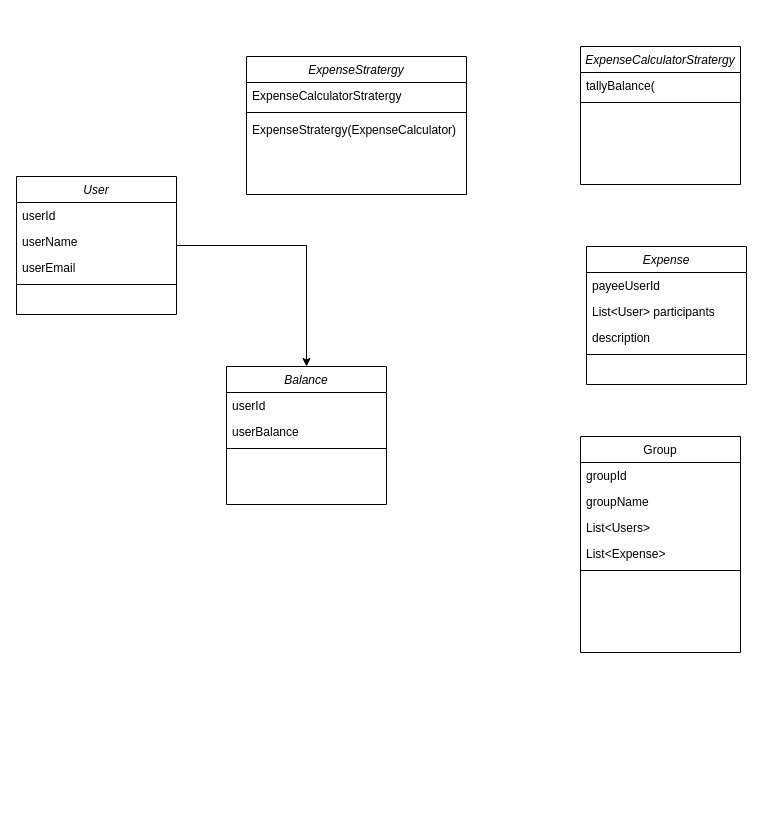
This is Untitled Diagram.drawio from thedevashu/splitwise, a draw.io file, before an edit. Source tidied: cells renumbered, new cells numbered last; positions are measured from the earlier drawing's top-left corner, leaving out a move shared by most shapes. Both pictures are drawn from the tidied source at 100%, with x=0, y=0 at pixel (16, 46).
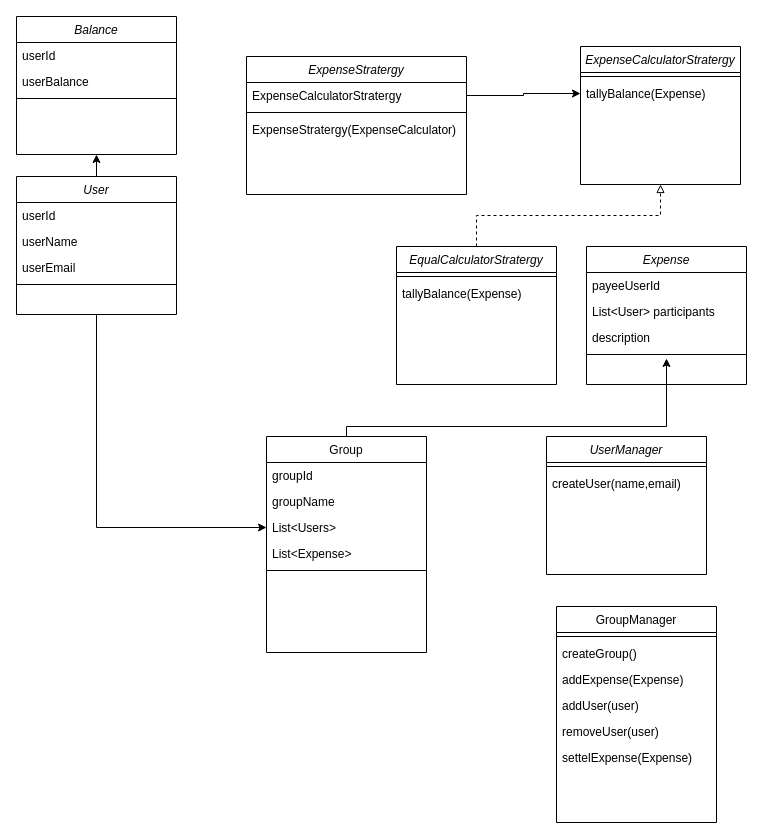
Above is the later version.

Unchanged cells that the change refers to:
```xml
<mxCell id="3" value="User" style="swimlane;fontStyle=2;align=center;verticalAlign=top;horizontal=1;startSize=26;rounded=0;shadow=0;strokeWidth=1;" parent="1" vertex="1">
  <mxGeometry y="130" width="160" height="138" as="geometry" />
</mxCell>
<mxCell id="11" value="List&lt;Users&gt;" style="text;align=left;verticalAlign=top;spacingLeft=4;spacingRight=4;overflow=hidden;points=[[0,0.5],[1,0.5]];portConstraint=eastwest;rounded=0;shadow=0;html=0;" parent="8" vertex="1">
  <mxGeometry y="78" width="160" height="26" as="geometry" />
</mxCell>
<mxCell id="22" style="line;html=1;strokeWidth=1;align=left;verticalAlign=middle;spacingTop=-1;spacingLeft=3;spacingRight=3;labelPosition=right;points=[];portConstraint=eastwest;" parent="18" vertex="1">
  <mxGeometry y="104" width="160" height="8" as="geometry" />
</mxCell>
<mxCell id="24" value="ExpenseCalculatorStratergy" style="text;align=left;verticalAlign=top;spacingLeft=4;spacingRight=4;overflow=hidden;points=[[0,0.5],[1,0.5]];portConstraint=eastwest;" parent="23" vertex="1">
  <mxGeometry y="26" width="220" height="26" as="geometry" />
</mxCell>
<mxCell id="27" value="ExpenseCalculatorStratergy" style="swimlane;fontStyle=2;align=center;verticalAlign=top;horizontal=1;startSize=26;rounded=0;shadow=0;strokeWidth=1;" parent="1" vertex="1">
  <mxGeometry x="564" width="160" height="138" as="geometry" />
</mxCell>
```

What changed in the source:
```diff
@@
-    <mxCell id="2" style="edgeStyle=orthogonalEdgeStyle;rounded=0;jettySize=auto;html=1;entryX=0.5;entryY=0;entryDx=0;entryDy=0;" parent="1" edge="1" source="3" target="14">
+    <mxCell id="2" style="edgeStyle=orthogonalEdgeStyle;rounded=0;jettySize=auto;html=1;entryX=0.5;entryY=1;entryDx=0;entryDy=0;" parent="1" edge="1" source="3" target="14">
       <mxGeometry relative="1" as="geometry" />
     </mxCell>
+    <mxCell id="30" style="edgeStyle=orthogonalEdgeStyle;rounded=0;jettySize=auto;html=1;exitX=0.5;exitY=1;exitDx=0;exitDy=0;entryX=0;entryY=0.5;entryDx=0;entryDy=0;" parent="1" edge="1" source="3" target="11">
+      <mxGeometry relative="1" as="geometry" />
+    </mxCell>
@@
+    <mxCell id="31" style="edgeStyle=orthogonalEdgeStyle;rounded=0;jettySize=auto;html=1;" parent="1" edge="1" source="8" target="22">
+      <mxGeometry relative="1" as="geometry">
+        <Array as="points">
+          <mxPoint x="330" y="380" />
+          <mxPoint x="650" y="380" />
+        </Array>
+      </mxGeometry>
+    </mxCell>
     <mxCell id="8" value="Group" style="swimlane;fontStyle=0;align=center;verticalAlign=top;horizontal=1;startSize=26;rounded=0;shadow=0;strokeWidth=1;" parent="1" vertex="1">
-      <mxGeometry x="564" y="390" width="160" height="216" as="geometry" />
+      <mxGeometry x="250" y="390" width="160" height="216" as="geometry" />
     </mxCell>
@@
     <mxCell id="14" value="Balance" style="swimlane;fontStyle=2;align=center;verticalAlign=top;horizontal=1;startSize=26;rounded=0;shadow=0;strokeWidth=1;" parent="1" vertex="1">
-      <mxGeometry x="210" y="320" width="160" height="138" as="geometry" />
+      <mxGeometry y="-30" width="160" height="138" as="geometry" />
     </mxCell>
@@
+    <mxCell id="29" style="line;html=1;strokeWidth=1;align=left;verticalAlign=middle;spacingTop=-1;spacingLeft=3;spacingRight=3;labelPosition=right;" parent="27" vertex="1">
+      <mxGeometry y="26" width="160" height="8" as="geometry" />
+    </mxCell>
-    <mxCell id="28" value="tallyBalance(" style="text;align=left;verticalAlign=top;spacingLeft=4;spacingRight=4;overflow=hidden;points=[[0,0.5],[1,0.5]];portConstraint=eastwest;" parent="27" vertex="1">
-      <mxGeometry y="26" width="160" height="26" as="geometry" />
+    <mxCell id="28" value="tallyBalance(Expense)" style="text;align=left;verticalAlign=top;spacingLeft=4;spacingRight=4;overflow=hidden;points=[[0,0.5],[1,0.5]];portConstraint=eastwest;" parent="27" vertex="1">
+      <mxGeometry y="34" width="160" height="26" as="geometry" />
     </mxCell>
-    <mxCell id="29" style="line;html=1;strokeWidth=1;align=left;verticalAlign=middle;spacingTop=-1;spacingLeft=3;spacingRight=3;labelPosition=right;" parent="27" vertex="1">
-      <mxGeometry y="52" width="160" height="8" as="geometry" />
-    </mxCell>
+    <mxCell id="32" value="EqualCalculatorStratergy" style="swimlane;fontStyle=2;align=center;verticalAlign=top;horizontal=1;startSize=26;rounded=0;shadow=0;strokeWidth=1;" parent="1" vertex="1">
+      <mxGeometry x="380" y="200" width="160" height="138" as="geometry" />
+    </mxCell>
+    <mxCell id="33" style="line;html=1;strokeWidth=1;align=left;verticalAlign=middle;spacingTop=-1;spacingLeft=3;spacingRight=3;labelPosition=right;" parent="32" vertex="1">
+      <mxGeometry y="26" width="160" height="8" as="geometry" />
+    </mxCell>
+    <mxCell id="34" value="tallyBalance(Expense)" style="text;align=left;verticalAlign=top;spacingLeft=4;spacingRight=4;overflow=hidden;" parent="32" vertex="1">
+      <mxGeometry y="34" width="160" height="26" as="geometry" />
+    </mxCell>
+    <mxCell id="35" style="html=1;labelBackgroundColor=#ffffff;jettySize=auto;fontSize=14;rounded=0;jumpStyle=gap;edgeStyle=orthogonalEdgeStyle;startArrow=none;endArrow=block;endFill=0;dashed=1;strokeWidth=1;entryX=0.5;entryY=1;entryDx=0;entryDy=0;exitX=0.5;exitY=0;exitDx=0;exitDy=0;" parent="1" edge="1" source="32" target="27">
+      <mxGeometry relative="1" as="geometry" />
+    </mxCell>
+    <mxCell id="36" value="UserManager" style="swimlane;fontStyle=2;align=center;verticalAlign=top;horizontal=1;startSize=26;rounded=0;shadow=0;strokeWidth=1;" parent="1" vertex="1">
+      <mxGeometry x="530" y="390" width="160" height="138" as="geometry" />
+    </mxCell>
+    <mxCell id="37" style="line;html=1;strokeWidth=1;align=left;verticalAlign=middle;spacingTop=-1;spacingLeft=3;spacingRight=3;labelPosition=right;" parent="36" vertex="1">
+      <mxGeometry y="26" width="160" height="8" as="geometry" />
+    </mxCell>
+    <mxCell id="38" value="createUser(name,email)" style="text;align=left;verticalAlign=top;spacingLeft=4;spacingRight=4;overflow=hidden;rounded=0;shadow=0;html=0;" parent="36" vertex="1">
+      <mxGeometry y="34" width="160" height="26" as="geometry" />
+    </mxCell>
+    <mxCell id="39" value="GroupManager" style="swimlane;fontStyle=0;align=center;verticalAlign=top;horizontal=1;startSize=26;rounded=0;shadow=0;strokeWidth=1;" parent="1" vertex="1">
+      <mxGeometry x="540" y="560" width="160" height="216" as="geometry" />
+    </mxCell>
+    <mxCell id="40" style="line;html=1;strokeWidth=1;align=left;verticalAlign=middle;spacingTop=-1;spacingLeft=3;spacingRight=3;labelPosition=right;" parent="39" vertex="1">
+      <mxGeometry y="26" width="160" height="8" as="geometry" />
+    </mxCell>
+    <mxCell id="41" value="createGroup()" style="text;align=left;verticalAlign=top;spacingLeft=4;spacingRight=4;overflow=hidden;rounded=0;shadow=0;html=0;" parent="39" vertex="1">
+      <mxGeometry y="34" width="160" height="26" as="geometry" />
+    </mxCell>
+    <mxCell id="42" value="addExpense(Expense)" style="text;align=left;verticalAlign=top;spacingLeft=4;spacingRight=4;overflow=hidden;" parent="39" vertex="1">
+      <mxGeometry y="60" width="160" height="26" as="geometry" />
+    </mxCell>
+    <mxCell id="43" value="addUser(user)" style="text;align=left;verticalAlign=top;spacingLeft=4;spacingRight=4;overflow=hidden;rounded=0;shadow=0;html=0;" parent="39" vertex="1">
+      <mxGeometry y="86" width="160" height="26" as="geometry" />
+    </mxCell>
+    <mxCell id="44" value="removeUser(user)" style="text;align=left;verticalAlign=top;spacingLeft=4;spacingRight=4;overflow=hidden;rounded=0;shadow=0;html=0;" parent="39" vertex="1">
+      <mxGeometry y="112" width="160" height="26" as="geometry" />
+    </mxCell>
+    <mxCell id="45" value="settelExpense(Expense)" style="text;align=left;verticalAlign=top;spacingLeft=4;spacingRight=4;overflow=hidden;" parent="39" vertex="1">
+      <mxGeometry y="138" width="160" height="26" as="geometry" />
+    </mxCell>
+    <mxCell id="46" style="edgeStyle=orthogonalEdgeStyle;rounded=0;jettySize=auto;html=1;" parent="1" edge="1" source="24" target="28">
+      <mxGeometry relative="1" as="geometry" />
+    </mxCell>
```
